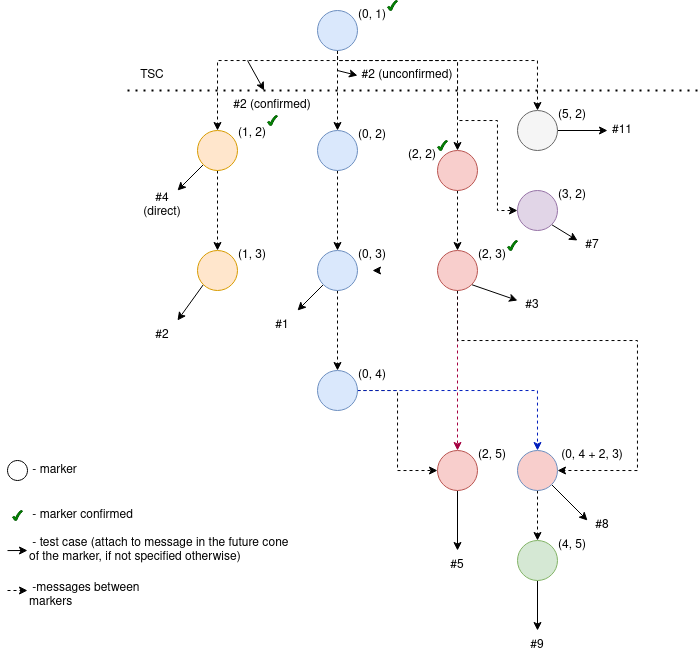
This is packages/tangle/images/TSC_test_scenario.drawio.png from iotaledger/goshimmer, a draw.io export, as it was before one commit. Source tidied: cells renumbered, new cells last; positions are measured from the earlier drawing's top-left corner, leaving out a move shared by most shapes.
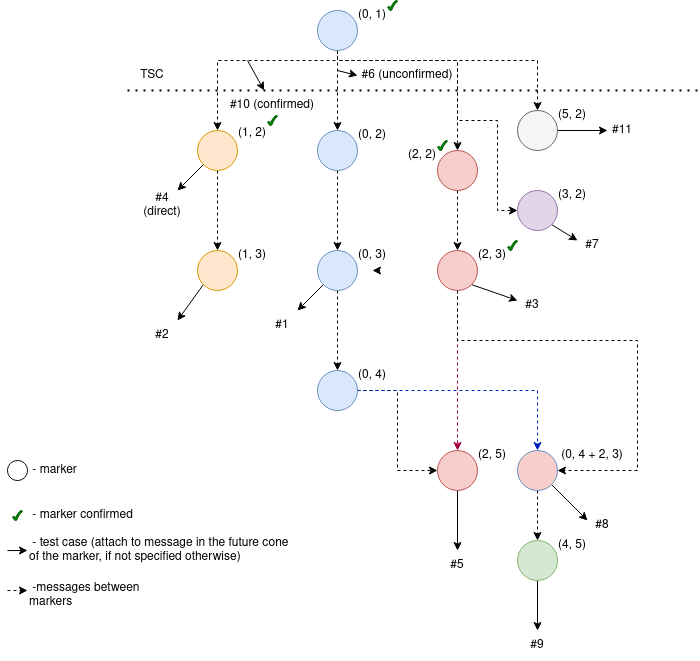
Later version of the same file.

Commit message:
Address more review suggestions. Fix test diagram

Diff of the diagram source:
```diff
@@ -258,10 +258,10 @@
     <mxCell id="68" value="&lt;div&gt;#4&lt;/div&gt;&lt;div&gt;(direct)&lt;br&gt;&lt;/div&gt;" style="text;html=1;strokeColor=none;fillColor=none;align=center;verticalAlign=middle;whiteSpace=wrap;rounded=0;" parent="1" vertex="1">
       <mxGeometry x="140" y="190" width="30" height="30" as="geometry" />
     </mxCell>
-    <mxCell id="69" value="&lt;div&gt;#2 (unconfirmed)&lt;/div&gt;" style="text;html=1;strokeColor=none;fillColor=none;align=center;verticalAlign=middle;whiteSpace=wrap;rounded=0;" parent="1" vertex="1">
+    <mxCell id="69" value="&lt;div&gt;#6 (unconfirmed)&lt;/div&gt;" style="text;html=1;strokeColor=none;fillColor=none;align=center;verticalAlign=middle;whiteSpace=wrap;rounded=0;" parent="1" vertex="1">
       <mxGeometry x="350" y="60" width="100" height="30" as="geometry" />
     </mxCell>
-    <mxCell id="70" value="&lt;div&gt;#2 (confirmed)&lt;/div&gt;" style="text;html=1;strokeColor=none;fillColor=none;align=center;verticalAlign=middle;whiteSpace=wrap;rounded=0;" parent="1" vertex="1">
+    <mxCell id="70" value="&lt;div&gt;#10 (confirmed)&lt;/div&gt;" style="text;html=1;strokeColor=none;fillColor=none;align=center;verticalAlign=middle;whiteSpace=wrap;rounded=0;" parent="1" vertex="1">
       <mxGeometry x="215" y="90" width="100" height="30" as="geometry" />
     </mxCell>
     <mxCell id="71" style="verticalLabelPosition=bottom;verticalAlign=top;html=1;shape=mxgraph.basic.tick;strokeColor=#005700;fillColor=#008a00;fontColor=#ffffff;" parent="1" vertex="1">
```
